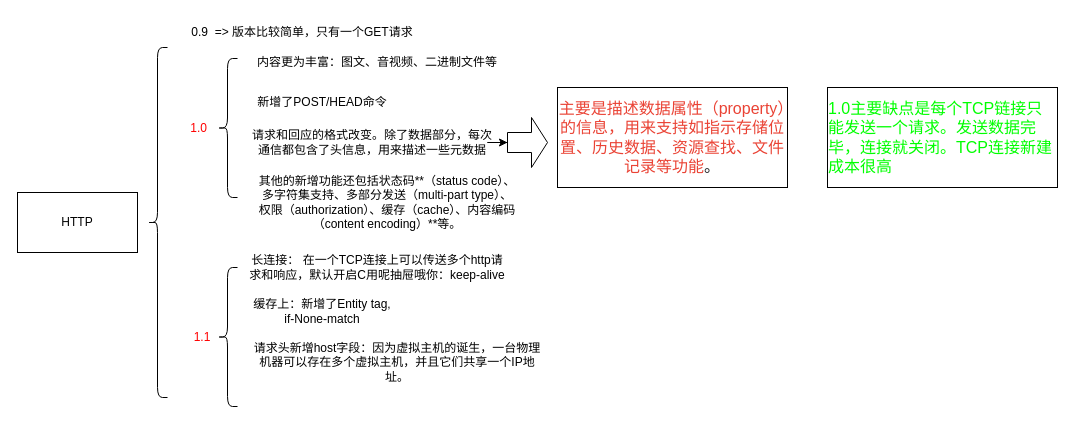
Before: http.drawio in zhouxiahao/flow-chart, a draw.io diagram. Source tidied: cells renumbered, new cells numbered last; positions are measured from the earlier drawing's top-left corner, leaving out a move shared by most shapes. Both pictures are drawn from the tidied source at 100%, with x=0, y=0 at pixel (17, 17).
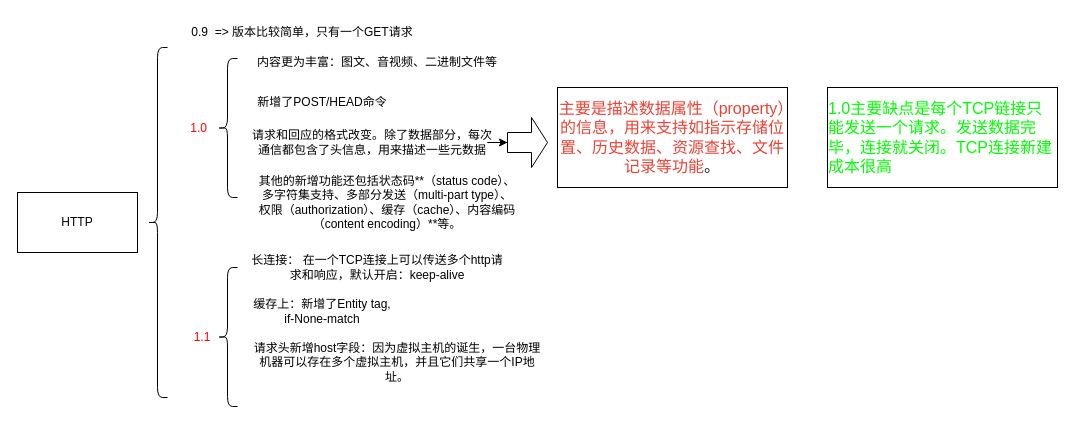
After the change.

The edit, as a diff of the source:
```diff
@@
 <mxGraphModel>
   <root>
     <mxCell id="0" />
     <mxCell id="1" parent="0" />
     <mxCell id="2" value="HTTP" style="rounded=0;whiteSpace=wrap;html=1;" parent="1" vertex="1">
       <mxGeometry y="175" width="120" height="60" as="geometry" />
     </mxCell>
     <mxCell id="3" style="shape=curlyBracket;whiteSpace=wrap;html=1;rounded=1;" parent="1" vertex="1">
       <mxGeometry x="130" y="30" width="20" height="350" as="geometry" />
     </mxCell>
     <mxCell id="4" value="0.9&amp;nbsp; =&amp;gt; 版本比较简单，只有一个GET请求" style="text;html=1;strokeColor=none;fillColor=none;align=center;verticalAlign=middle;whiteSpace=wrap;rounded=0;labelPosition=center;verticalLabelPosition=middle;" parent="1" vertex="1">
       <mxGeometry x="170" width="230" height="30" as="geometry" />
     </mxCell>
     <mxCell id="5" value="1.0&amp;nbsp;&amp;nbsp;" style="text;html=1;strokeColor=none;fillColor=none;align=center;verticalAlign=middle;whiteSpace=wrap;rounded=0;labelPosition=center;verticalLabelPosition=middle;fontColor=#FF0000;" parent="1" vertex="1">
       <mxGeometry x="170" y="95.5" width="30" height="30" as="geometry" />
     </mxCell>
     <mxCell id="6" style="shape=curlyBracket;whiteSpace=wrap;html=1;rounded=1;" parent="1" vertex="1">
       <mxGeometry x="200" y="41" width="20" height="139" as="geometry" />
     </mxCell>
     <mxCell id="7" value="内容更为丰富：图文、音视频、二进制文件等" style="text;html=1;strokeColor=none;fillColor=none;align=center;verticalAlign=middle;whiteSpace=wrap;rounded=0;" parent="1" vertex="1">
       <mxGeometry x="230" y="30" width="260" height="30" as="geometry" />
     </mxCell>
     <mxCell id="8" value="新增了POST/HEAD命令" style="text;html=1;strokeColor=none;fillColor=none;align=center;verticalAlign=middle;whiteSpace=wrap;rounded=0;" parent="1" vertex="1">
       <mxGeometry x="230" y="70" width="150" height="30" as="geometry" />
     </mxCell>
     <mxCell id="9" style="edgeStyle=orthogonalEdgeStyle;rounded=0;jettySize=auto;html=1;fontColor=#FF0000;" parent="1" edge="1" source="10" target="11">
       <mxGeometry relative="1" as="geometry" />
     </mxCell>
     <mxCell id="10" value="请求和回应的格式改变。除了数据部分，每次通信都包含了头信息，用来描述一些元数据" style="text;html=1;strokeColor=none;fillColor=none;align=center;verticalAlign=middle;whiteSpace=wrap;rounded=0;" parent="1" vertex="1">
       <mxGeometry x="230" y="110" width="250" height="30" as="geometry" />
     </mxCell>
     <mxCell id="11" style="shape=singleArrow;whiteSpace=wrap;html=1;arrowWidth=0.4;arrowSize=0.4;fontColor=#FF0000;" parent="1" vertex="1">
       <mxGeometry x="490" y="100" width="40" height="50" as="geometry" />
     </mxCell>
     <mxCell id="12" value="&lt;span style=&quot;color: rgb(234 , 67 , 53) ; font-family: &amp;#34;arial&amp;#34; , sans-serif ; font-size: 16px ; text-align: left ; background-color: rgb(255 , 255 , 255)&quot;&gt;主要是描述数据属性（property）的信息，用来支持如指示存储位置、历史数据、资源查找、文件记录等功能&lt;/span&gt;&lt;span style=&quot;color: rgb(32 , 33 , 36) ; font-family: &amp;#34;arial&amp;#34; , sans-serif ; font-size: 16px ; text-align: left ; background-color: rgb(255 , 255 , 255)&quot;&gt;。&lt;/span&gt;" style="rounded=0;whiteSpace=wrap;html=1;fontColor=#FF0000;" parent="1" vertex="1">
       <mxGeometry x="540" y="70" width="230" height="100" as="geometry" />
     </mxCell>
     <mxCell id="13" value="其他的新增功能还包括状态码**（status code）、多字符集支持、多部分发送（multi-part type）、权限（authorization）、缓存（cache）、内容编码（content encoding）**等。" style="text;html=1;strokeColor=none;fillColor=none;align=center;verticalAlign=middle;whiteSpace=wrap;rounded=0;fontSize=12;fontColor=#000000;" parent="1" vertex="1">
       <mxGeometry x="240" y="170" width="260" height="30" as="geometry" />
     </mxCell>
     <mxCell id="14" value="1.1" style="text;html=1;strokeColor=none;fillColor=none;align=center;verticalAlign=middle;whiteSpace=wrap;rounded=0;labelPosition=center;verticalLabelPosition=middle;fontColor=#FF0000;" parent="1" vertex="1">
       <mxGeometry x="170" y="304.5" width="30" height="30" as="geometry" />
     </mxCell>
     <mxCell id="15" style="shape=curlyBracket;whiteSpace=wrap;html=1;rounded=1;" parent="1" vertex="1">
       <mxGeometry x="200" y="250" width="20" height="139" as="geometry" />
     </mxCell>
     <mxCell id="16" value="缓存上：新增了Entity tag, if-None-match" style="text;html=1;strokeColor=none;fillColor=none;align=center;verticalAlign=middle;whiteSpace=wrap;rounded=0;" parent="1" vertex="1">
       <mxGeometry x="230" y="279" width="150" height="30" as="geometry" />
     </mxCell>
-    <mxCell id="17" value="长连接： 在一个TCP连接上可以传送多个http请求和响应，默认开启C用呢抽屉哦你：keep-alive" style="text;html=1;strokeColor=none;fillColor=none;align=center;verticalAlign=middle;whiteSpace=wrap;rounded=0;" parent="1" vertex="1">
+    <mxCell id="17" value="长连接： 在一个TCP连接上可以传送多个http请求和响应，默认开启：keep-alive" style="text;html=1;strokeColor=none;fillColor=none;align=center;verticalAlign=middle;whiteSpace=wrap;rounded=0;" parent="1" vertex="1">
       <mxGeometry x="230" y="235" width="260" height="30" as="geometry" />
     </mxCell>
     <mxCell id="18" value="&lt;div style=&quot;text-align: left&quot;&gt;&lt;font face=&quot;arial, sans-serif&quot;&gt;&lt;span style=&quot;font-size: 16px ; background-color: rgb(255 , 255 , 255)&quot;&gt;1.0主要缺点是每个TCP链接只能发送一个请求。发送数据完毕，连接就关闭。TCP连接新建成本很高&lt;/span&gt;&lt;/font&gt;&lt;/div&gt;" style="rounded=0;whiteSpace=wrap;html=1;fontColor=#00FF00;" parent="1" vertex="1">
       <mxGeometry x="810" y="70" width="230" height="100" as="geometry" />
     </mxCell>
     <mxCell id="19" value="请求头新增host字段：因为虚拟主机的诞生，一台物理机器可以存在多个虚拟主机，并且它们共享一个IP地址。" style="text;html=1;strokeColor=none;fillColor=none;align=center;verticalAlign=middle;whiteSpace=wrap;rounded=0;" parent="1" vertex="1">
       <mxGeometry x="230" y="330" width="300" height="30" as="geometry" />
     </mxCell>
   </root>
 </mxGraphModel>
```
